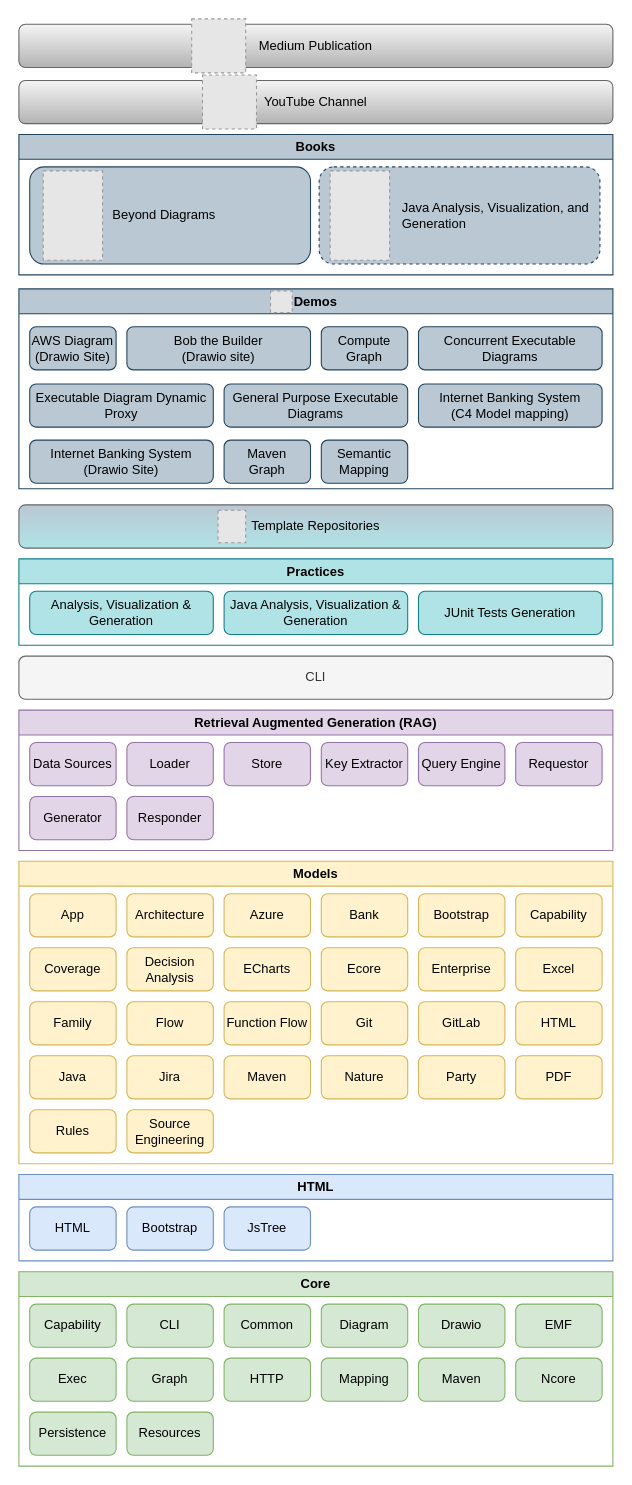
Earlier version of the draw.io diagram model/nasdanika.drawio (Nasdanika/nasdanika.github.io). Source tidied: cells renumbered, new cells numbered last; positions are measured from the earlier drawing's top-left corner, leaving out a move shared by most shapes. Both pictures are drawn from the tidied source at 108%, with x=0, y=0 at pixel (18, 18). Pictures stored in the file or linked from it are replaced by grey dashed boxes.
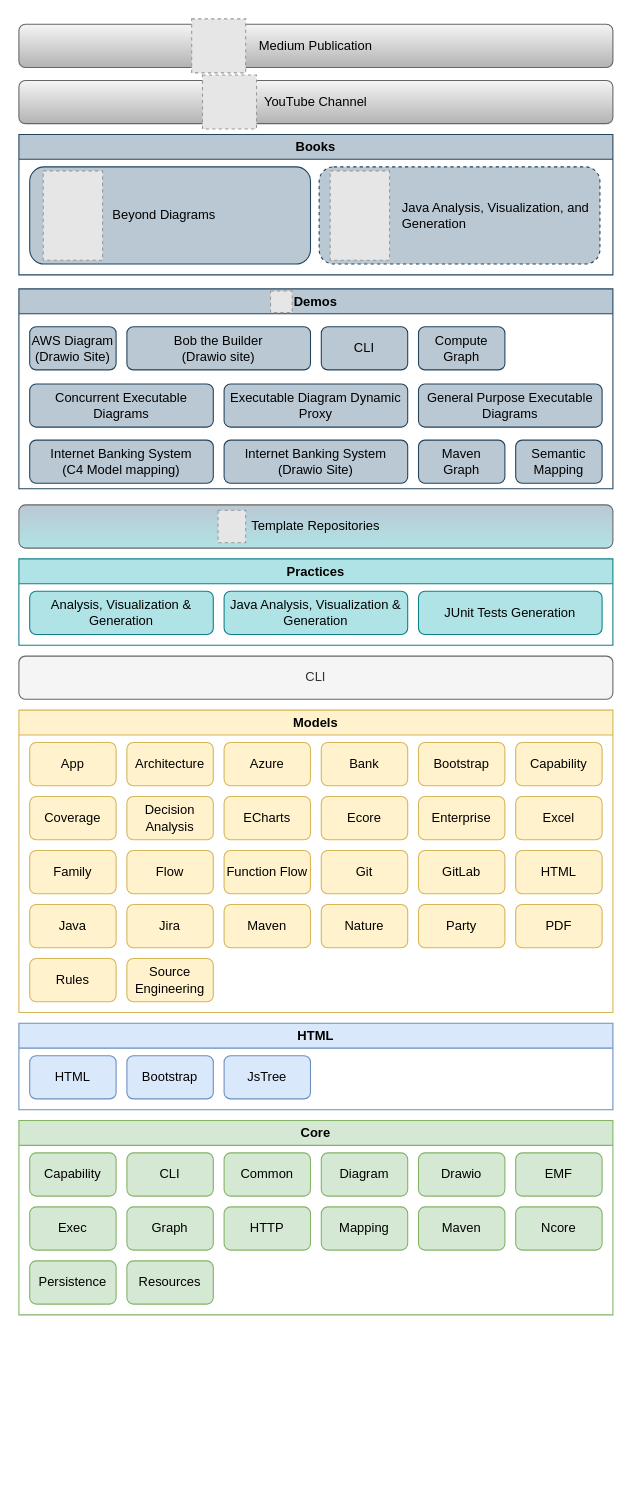
Above is the later version.

The change refers to these unchanged cells:
```xml
<mxCell id="73" value="Demos" style="swimlane;whiteSpace=wrap;html=1;fillColor=#bac8d3;strokeColor=#23445d;" parent="1" vertex="1">
  <mxGeometry y="250" width="550" height="185" as="geometry" />
</mxCell>
```

Change to the diagram source:
```diff
@@
     <mxCell id="2" value="Core" style="swimlane;whiteSpace=wrap;html=1;fillColor=#d5e8d4;strokeColor=#82b366;" parent="1" vertex="1">
-      <mxGeometry y="1160" width="550" height="180" as="geometry" />
+      <mxGeometry y="1020" width="550" height="180" as="geometry" />
     </mxCell>
@@
     <mxCell id="17" value="HTML" style="swimlane;whiteSpace=wrap;html=1;fillColor=#dae8fc;strokeColor=#6c8ebf;" parent="1" vertex="1">
-      <mxGeometry y="1070" width="550" height="80" as="geometry" />
+      <mxGeometry y="930" width="550" height="80" as="geometry" />
     </mxCell>
-    <mxCell id="18" value="HTML" style="rounded=1;whiteSpace=wrap;html=1;fillColor=#dae8fc;strokeColor=#6c8ebf;" parent="17" vertex="1">
-      <mxGeometry x="10" y="30" width="80" height="40" as="geometry" />
-    </mxCell>
@@
+    <mxCell id="18" value="HTML" style="rounded=1;whiteSpace=wrap;html=1;fillColor=#dae8fc;strokeColor=#6c8ebf;" parent="17" vertex="1">
+      <mxGeometry x="10" y="30" width="80" height="40" as="geometry" />
+    </mxCell>
     <mxCell id="21" value="Models" style="swimlane;whiteSpace=wrap;html=1;fillColor=#fff2cc;strokeColor=#d6b656;" parent="1" vertex="1">
-      <mxGeometry y="780" width="550" height="280" as="geometry" />
+      <mxGeometry y="640" width="550" height="280" as="geometry" />
     </mxCell>
@@
-    <mxCell id="48" value="Retrieval Augmented Generation (RAG)" style="swimlane;whiteSpace=wrap;html=1;fillColor=#e1d5e7;strokeColor=#9673a6;" parent="1" vertex="1">
-      <mxGeometry y="640" width="550" height="130" as="geometry" />
-    </mxCell>
-    <mxCell id="49" value="Data Sources" style="rounded=1;whiteSpace=wrap;html=1;fillColor=#e1d5e7;strokeColor=#9673a6;" parent="48" vertex="1">
-      <mxGeometry x="10" y="30" width="80" height="40" as="geometry" />
-    </mxCell>
-    <mxCell id="50" value="Loader" style="rounded=1;whiteSpace=wrap;html=1;fillColor=#e1d5e7;strokeColor=#9673a6;" parent="48" vertex="1">
-      <mxGeometry x="100" y="30" width="80" height="40" as="geometry" />
-    </mxCell>
-    <mxCell id="51" value="Store" style="rounded=1;whiteSpace=wrap;html=1;fillColor=#e1d5e7;strokeColor=#9673a6;" parent="48" vertex="1">
-      <mxGeometry x="190" y="30" width="80" height="40" as="geometry" />
-    </mxCell>
-    <mxCell id="52" value="Key Extractor" style="rounded=1;whiteSpace=wrap;html=1;fillColor=#e1d5e7;strokeColor=#9673a6;" parent="48" vertex="1">
-      <mxGeometry x="280" y="30" width="80" height="40" as="geometry" />
-    </mxCell>
-    <mxCell id="53" value="Query Engine" style="rounded=1;whiteSpace=wrap;html=1;fillColor=#e1d5e7;strokeColor=#9673a6;" parent="48" vertex="1">
-      <mxGeometry x="370" y="30" width="80" height="40" as="geometry" />
-    </mxCell>
-    <mxCell id="54" value="Requestor" style="rounded=1;whiteSpace=wrap;html=1;fillColor=#e1d5e7;strokeColor=#9673a6;" parent="48" vertex="1">
-      <mxGeometry x="460" y="30" width="80" height="40" as="geometry" />
-    </mxCell>
-    <mxCell id="55" value="Generator" style="rounded=1;whiteSpace=wrap;html=1;fillColor=#e1d5e7;strokeColor=#9673a6;" parent="48" vertex="1">
-      <mxGeometry x="10" y="80" width="80" height="40" as="geometry" />
-    </mxCell>
-    <mxCell id="56" value="Responder" style="rounded=1;whiteSpace=wrap;html=1;fillColor=#e1d5e7;strokeColor=#9673a6;" parent="48" vertex="1">
-      <mxGeometry x="100" y="80" width="80" height="40" as="geometry" />
-    </mxCell>
@@
     <mxCell id="77" value="Compute&lt;div&gt;Graph&lt;/div&gt;" style="rounded=1;whiteSpace=wrap;html=1;fillColor=#bac8d3;strokeColor=#23445d;" parent="73" vertex="1">
-      <mxGeometry x="280" y="35" width="80" height="40" as="geometry" />
+      <mxGeometry x="370" y="35" width="80" height="40" as="geometry" />
     </mxCell>
     <mxCell id="78" value="Concurrent Executable Diagrams" style="rounded=1;whiteSpace=wrap;html=1;fillColor=#bac8d3;strokeColor=#23445d;" parent="73" vertex="1">
-      <mxGeometry x="370" y="35" width="170" height="40" as="geometry" />
+      <mxGeometry x="10" y="88" width="170" height="40" as="geometry" />
     </mxCell>
     <mxCell id="79" value="Executable Diagram Dynamic Proxy" style="rounded=1;whiteSpace=wrap;html=1;fillColor=#bac8d3;strokeColor=#23445d;" parent="73" vertex="1">
-      <mxGeometry x="10" y="88" width="170" height="40" as="geometry" />
+      <mxGeometry x="190" y="88" width="170" height="40" as="geometry" />
     </mxCell>
     <mxCell id="80" value="General Purpose Executable Diagrams" style="rounded=1;whiteSpace=wrap;html=1;fillColor=#bac8d3;strokeColor=#23445d;" parent="73" vertex="1">
-      <mxGeometry x="190" y="88" width="170" height="40" as="geometry" />
+      <mxGeometry x="370" y="88" width="170" height="40" as="geometry" />
     </mxCell>
     <mxCell id="81" value="Internet Banking System&lt;div&gt;(Drawio Site)&lt;/div&gt;" style="rounded=1;whiteSpace=wrap;html=1;fillColor=#bac8d3;strokeColor=#23445d;" parent="73" vertex="1">
-      <mxGeometry x="10" y="140" width="170" height="40" as="geometry" />
+      <mxGeometry x="190" y="140" width="170" height="40" as="geometry" />
     </mxCell>
     <mxCell id="82" value="Internet Banking System&lt;div&gt;(C4 Model mapping)&lt;/div&gt;" style="rounded=1;whiteSpace=wrap;html=1;fillColor=#bac8d3;strokeColor=#23445d;" parent="73" vertex="1">
-      <mxGeometry x="370" y="88" width="170" height="40" as="geometry" />
+      <mxGeometry x="10" y="140" width="170" height="40" as="geometry" />
     </mxCell>
     <mxCell id="83" value="Maven&lt;div&gt;Graph&lt;/div&gt;" style="rounded=1;whiteSpace=wrap;html=1;fillColor=#bac8d3;strokeColor=#23445d;" parent="73" vertex="1">
-      <mxGeometry x="190" y="140" width="80" height="40" as="geometry" />
+      <mxGeometry x="370" y="140" width="80" height="40" as="geometry" />
     </mxCell>
     <mxCell id="84" value="Semantic&lt;div&gt;Mapping&lt;/div&gt;" style="rounded=1;whiteSpace=wrap;html=1;fillColor=#bac8d3;strokeColor=#23445d;" parent="73" vertex="1">
-      <mxGeometry x="280" y="140" width="80" height="40" as="geometry" />
+      <mxGeometry x="460" y="140" width="80" height="40" as="geometry" />
     </mxCell>
+    <mxCell id="85" value="CLI" style="rounded=1;whiteSpace=wrap;html=1;fillColor=#bac8d3;strokeColor=#23445d;" parent="73" vertex="1">
+      <mxGeometry x="280" y="35" width="80" height="40" as="geometry" />
+    </mxCell>
```
